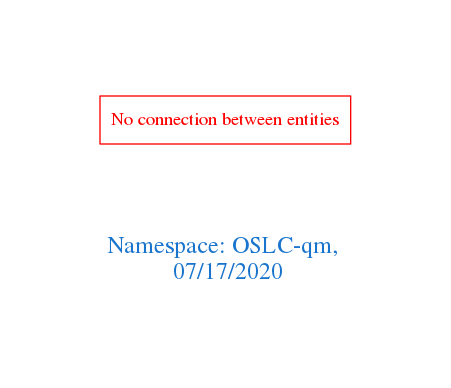
arago/OGIT keeps this Graphviz diagram as downloads/OSLC-qm.png. Above is the earlier version. Its source is kept beside it as downloads/OSLC-qm.dot.
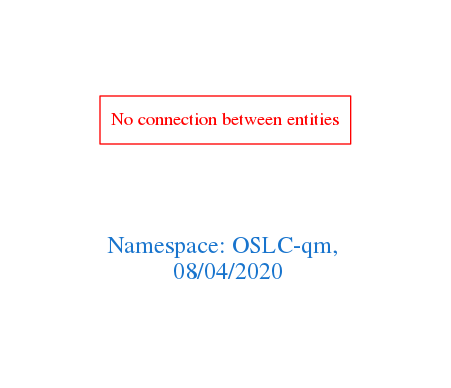
Above is the later version.

The edit, as a diff of the source:
```diff
@@ -1,7 +1,7 @@
 digraph OGIT_ontology {
  graph [ rankdir= LR,pad=1
 fontsize = 18,
-fontcolor= dodgerblue3,label = "\n\n\nNamespace: OSLC-qm, \n 07/17/2020"];
+fontcolor= dodgerblue3,label = "\n\n\nNamespace: OSLC-qm, \n 08/04/2020"];
 node[shape=polygon];
 edge [  color="gray81"];
 
```
